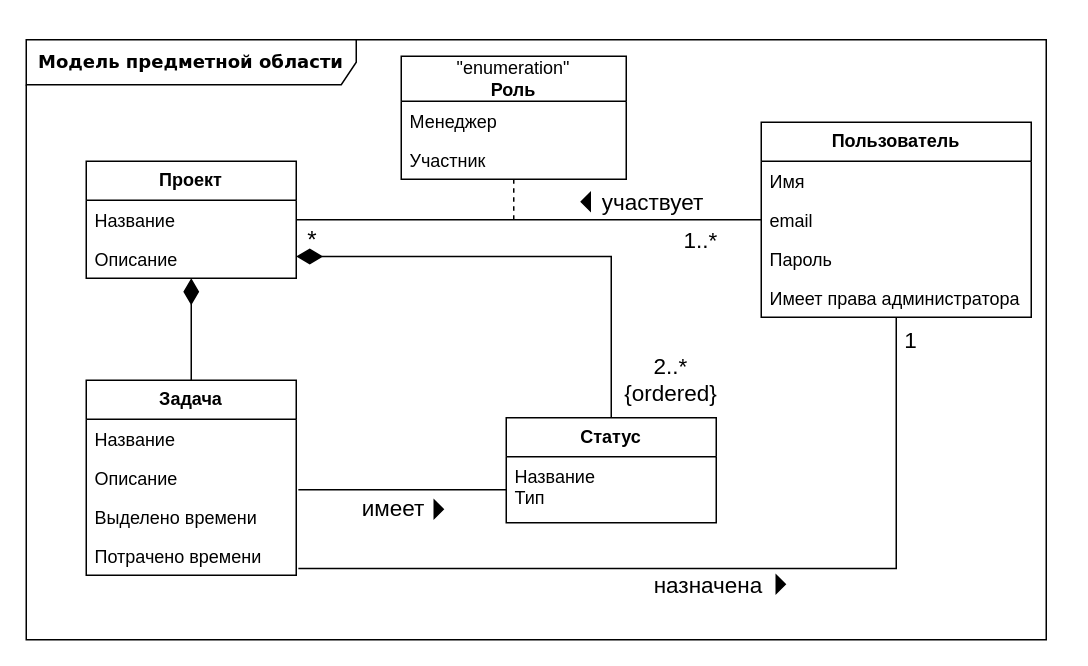
Before: docs/raw_diagrams/domain_model.drawio in aVorotnikov/thunder_board, a draw.io diagram. Source tidied: cells renumbered, new cells numbered last; positions are measured from the earlier drawing's top-left corner, leaving out a move shared by most shapes. Both pictures are drawn from the tidied source at 150%, with x=0, y=0 at pixel (26, 39).
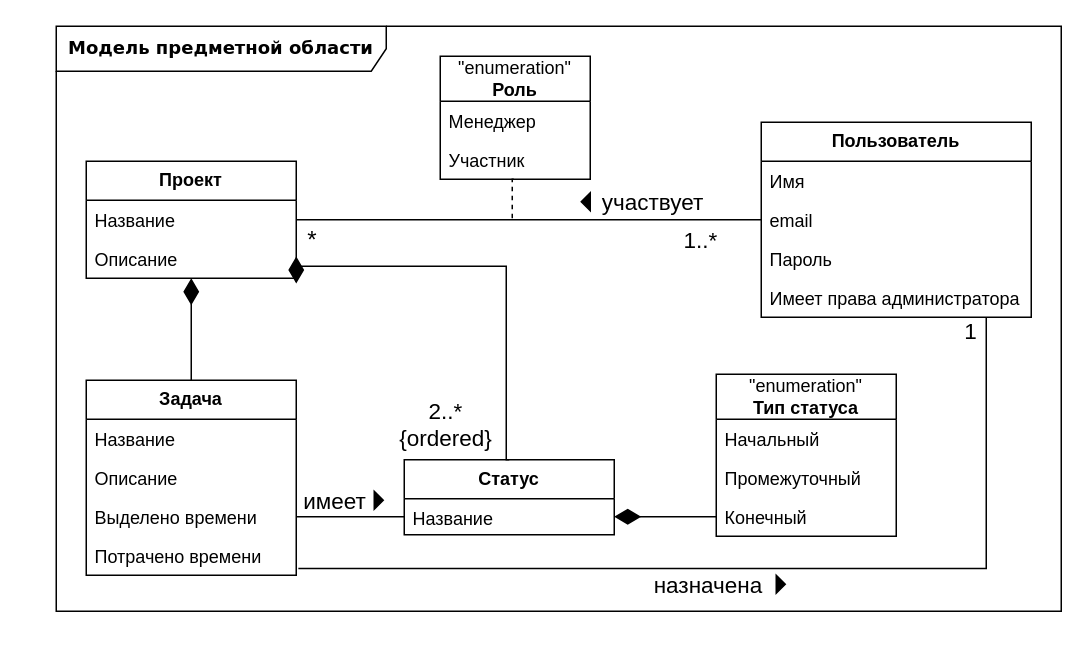
After the change.

Commit message (it also covers changes not shown here):
Тип статуса как отдельная сущность

The change refers to these unchanged cells:
```xml
<mxCell id="9" value="Описание" style="text;strokeColor=none;fillColor=none;align=left;verticalAlign=top;spacingLeft=4;spacingRight=4;overflow=hidden;points=[[0,0.5],[1,0.5]];portConstraint=eastwest;whiteSpace=wrap;html=1;" parent="7" vertex="1">
  <mxGeometry y="52" width="140" height="26" as="geometry" />
</mxCell>
<mxCell id="10" value="Выделено времени" style="text;strokeColor=none;fillColor=none;align=left;verticalAlign=top;spacingLeft=4;spacingRight=4;overflow=hidden;points=[[0,0.5],[1,0.5]];portConstraint=eastwest;whiteSpace=wrap;html=1;" parent="7" vertex="1">
  <mxGeometry y="78" width="140" height="26" as="geometry" />
</mxCell>
<mxCell id="11" value="Потрачено времени" style="text;strokeColor=none;fillColor=none;align=left;verticalAlign=top;spacingLeft=4;spacingRight=4;overflow=hidden;points=[[0,0.5],[1,0.5]];portConstraint=eastwest;whiteSpace=wrap;html=1;" parent="7" vertex="1">
  <mxGeometry y="104" width="140" height="26" as="geometry" />
</mxCell>
<mxCell id="16" value="*" style="text;html=1;strokeColor=none;fillColor=none;align=center;verticalAlign=middle;whiteSpace=wrap;rounded=0;fontSize=16;" parent="1" vertex="1">
  <mxGeometry x="180" y="121.5" width="22" height="23" as="geometry" />
</mxCell>
<mxCell id="17" value="&lt;b&gt;Пользователь&lt;/b&gt;" style="swimlane;fontStyle=0;horizontal=1;startSize=26;fillColor=none;whiteSpace=wrap;html=1;" parent="1" vertex="1">
  <mxGeometry x="490" y="55" width="180" height="130" as="geometry" />
</mxCell>
```

What changed in the source:
```diff
@@
     <mxCell id="2" value="&lt;b&gt;Модель предметной области&lt;/b&gt;" style="shape=umlFrame;whiteSpace=wrap;html=1;rounded=1;shadow=0;comic=0;labelBackgroundColor=none;strokeWidth=1;fontFamily=Verdana;fontSize=12;align=center;width=220;height=30;" parent="1" vertex="1">
-      <mxGeometry width="680" height="400" as="geometry" />
+      <mxGeometry x="20" y="-9" width="670" height="390" as="geometry" />
     </mxCell>
@@
-    <mxCell id="6" style="edgeStyle=orthogonalEdgeStyle;rounded=0;jettySize=auto;html=1;endArrow=none;endFill=0;exitX=1.01;exitY=0.808;exitDx=0;exitDy=0;startArrow=none;startFill=0;endSize=9;startSize=12;entryX=0;entryY=0.5;entryDx=0;entryDy=0;exitPerimeter=0;" parent="1" edge="1" source="9" target="27">
+    <mxCell id="6" style="edgeStyle=orthogonalEdgeStyle;rounded=0;jettySize=auto;html=1;endArrow=none;endFill=0;exitX=1;exitY=0.5;exitDx=0;exitDy=0;startArrow=none;startFill=0;endSize=9;startSize=12;entryX=0;entryY=0.5;entryDx=0;entryDy=0;" parent="1" edge="1" source="10" target="27">
       <mxGeometry relative="1" as="geometry" />
     </mxCell>
@@
     <mxCell id="15" style="edgeStyle=orthogonalEdgeStyle;rounded=0;jettySize=auto;html=1;exitX=0;exitY=1;exitDx=0;exitDy=0;endArrow=none;endFill=0;startArrow=diamondThin;startFill=1;endSize=11;startSize=15;entryX=0.5;entryY=0;entryDx=0;entryDy=0;" parent="1" edge="1" source="16" target="26">
       <mxGeometry relative="1" as="geometry">
         <Array as="points">
-          <mxPoint x="390" y="145" />
+          <mxPoint x="180" y="151" />
+          <mxPoint x="320" y="151" />
         </Array>
       </mxGeometry>
     </mxCell>
@@
-    <mxCell id="22" style="edgeStyle=orthogonalEdgeStyle;rounded=0;jettySize=auto;html=1;endArrow=none;endFill=0;dashed=1;" parent="1" edge="1" source="23">
+    <mxCell id="22" style="edgeStyle=orthogonalEdgeStyle;rounded=0;orthogonalLoop=1;jettySize=auto;html=1;endArrow=none;endFill=0;dashed=1;" parent="1" edge="1">
       <mxGeometry relative="1" as="geometry">
-        <mxPoint x="325" y="121" as="targetPoint" />
+        <mxPoint x="325" y="93" as="sourcePoint" />
+        <mxPoint x="324" y="121" as="targetPoint" />
       </mxGeometry>
     </mxCell>
     <mxCell id="23" value="&quot;enumeration&quot;&lt;br&gt;&lt;b&gt;Роль&lt;/b&gt;" style="swimlane;fontStyle=0;horizontal=1;startSize=30;fillColor=none;whiteSpace=wrap;html=1;" parent="1" vertex="1">
-      <mxGeometry x="250" y="11" width="150" height="82" as="geometry" />
+      <mxGeometry x="276" y="11" width="100" height="82" as="geometry" />
     </mxCell>
     <mxCell id="24" value="Менеджер" style="text;strokeColor=none;fillColor=none;align=left;verticalAlign=top;spacingLeft=4;spacingRight=4;overflow=hidden;whiteSpace=wrap;html=1;" parent="23" vertex="1">
-      <mxGeometry y="30" width="150" height="26" as="geometry" />
+      <mxGeometry y="30" width="100" height="26" as="geometry" />
     </mxCell>
     <mxCell id="25" value="Участник" style="text;strokeColor=none;fillColor=none;align=left;verticalAlign=top;spacingLeft=4;spacingRight=4;overflow=hidden;whiteSpace=wrap;html=1;" parent="23" vertex="1">
-      <mxGeometry y="56" width="150" height="26" as="geometry" />
+      <mxGeometry y="56" width="100" height="26" as="geometry" />
     </mxCell>
     <mxCell id="26" value="&lt;b&gt;Статус&lt;/b&gt;" style="swimlane;fontStyle=0;horizontal=1;startSize=26;fillColor=none;whiteSpace=wrap;html=1;" parent="1" vertex="1">
-      <mxGeometry x="320" y="252" width="140" height="70" as="geometry" />
+      <mxGeometry x="252" y="280" width="140" height="50" as="geometry" />
     </mxCell>
-    <mxCell id="27" value="Название&lt;br&gt;Тип" style="text;strokeColor=none;fillColor=none;align=left;verticalAlign=top;spacingLeft=4;spacingRight=4;overflow=hidden;points=[[0,0.5],[1,0.5]];portConstraint=eastwest;whiteSpace=wrap;html=1;" parent="26" vertex="1">
-      <mxGeometry y="26" width="140" height="44" as="geometry" />
+    <mxCell id="27" value="Название" style="text;strokeColor=none;fillColor=none;align=left;verticalAlign=top;spacingLeft=4;spacingRight=4;overflow=hidden;points=[[0,0.5],[1,0.5]];portConstraint=eastwest;whiteSpace=wrap;html=1;" parent="26" vertex="1">
+      <mxGeometry y="26" width="140" height="24" as="geometry" />
     </mxCell>
     <mxCell id="28" value="2..* {ordered}" style="text;html=1;strokeColor=none;fillColor=none;align=center;verticalAlign=middle;whiteSpace=wrap;rounded=0;fontSize=15;" parent="1" vertex="1">
-      <mxGeometry x="400" y="211" width="60" height="30" as="geometry" />
+      <mxGeometry x="250" y="241" width="60" height="30" as="geometry" />
     </mxCell>
     <mxCell id="29" style="edgeStyle=orthogonalEdgeStyle;rounded=0;jettySize=auto;html=1;exitX=1.01;exitY=0.826;exitDx=0;exitDy=0;exitPerimeter=0;endArrow=none;endFill=0;" parent="1" edge="1" source="11" target="17">
-      <mxGeometry relative="1" as="geometry" />
+      <mxGeometry relative="1" as="geometry">
+        <Array as="points">
+          <mxPoint x="640" y="353" />
+        </Array>
+      </mxGeometry>
     </mxCell>
     <mxCell id="30" value="1" style="text;html=1;strokeColor=none;fillColor=none;align=center;verticalAlign=middle;whiteSpace=wrap;rounded=0;fontSize=15;" parent="1" vertex="1">
-      <mxGeometry x="560" y="185" width="60" height="30" as="geometry" />
+      <mxGeometry x="600" y="179" width="60" height="30" as="geometry" />
     </mxCell>
@@
     <mxCell id="35" value="имеет" style="text;html=1;strokeColor=none;fillColor=none;align=center;verticalAlign=middle;whiteSpace=wrap;rounded=0;fontSize=15;" parent="1" vertex="1">
-      <mxGeometry x="180" y="302" width="130" height="20" as="geometry" />
+      <mxGeometry x="180" y="297" width="52" height="20" as="geometry" />
     </mxCell>
     <mxCell id="36" style="triangle;fillColor=strokeColor;" parent="1" vertex="1">
-      <mxGeometry x="272" y="307" width="6" height="12" as="geometry" />
+      <mxGeometry x="232" y="301" width="6" height="12" as="geometry" />
     </mxCell>
+    <mxCell id="37" value="&quot;enumeration&quot;&lt;br&gt;&lt;b&gt;Тип статуса&lt;/b&gt;" style="swimlane;fontStyle=0;horizontal=1;startSize=30;fillColor=none;whiteSpace=wrap;html=1;" parent="1" vertex="1">
+      <mxGeometry x="460" y="223" width="120" height="108" as="geometry" />
+    </mxCell>
+    <mxCell id="38" value="Начальный" style="text;strokeColor=none;fillColor=none;align=left;verticalAlign=top;spacingLeft=4;spacingRight=4;overflow=hidden;whiteSpace=wrap;html=1;" parent="37" vertex="1">
+      <mxGeometry y="30" width="120" height="26" as="geometry" />
+    </mxCell>
+    <mxCell id="39" value="Промежуточный" style="text;strokeColor=none;fillColor=none;align=left;verticalAlign=top;spacingLeft=4;spacingRight=4;overflow=hidden;whiteSpace=wrap;html=1;" parent="37" vertex="1">
+      <mxGeometry y="56" width="120" height="26" as="geometry" />
+    </mxCell>
+    <mxCell id="40" value="Конечный" style="text;strokeColor=none;fillColor=none;align=left;verticalAlign=top;spacingLeft=4;spacingRight=4;overflow=hidden;points=[[0,0.5],[1,0.5]];portConstraint=eastwest;whiteSpace=wrap;html=1;" parent="37" vertex="1">
+      <mxGeometry y="82" width="120" height="26" as="geometry" />
+    </mxCell>
+    <mxCell id="41" style="edgeStyle=orthogonalEdgeStyle;rounded=0;jettySize=auto;html=1;endArrow=diamondThin;endFill=1;startSize=12;endSize=15;exitX=0;exitY=0.5;exitDx=0;exitDy=0;entryX=1;entryY=0.5;entryDx=0;entryDy=0;" parent="1" edge="1" source="40" target="27">
+      <mxGeometry relative="1" as="geometry" />
+    </mxCell>
```
